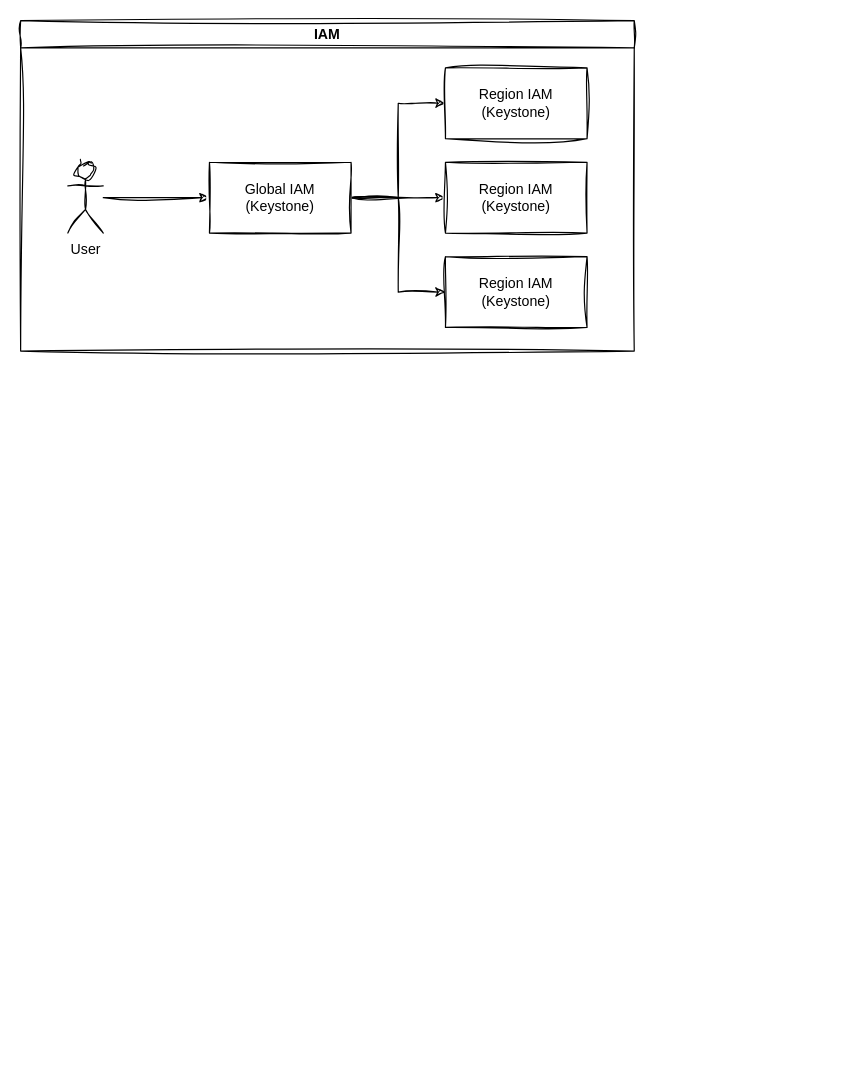
mskyun721/architecture keeps this draw.io diagram as 제목 없는 다이어그램.drawio. Above is the earlier version. Source tidied: cells renumbered, new cells numbered last; positions are measured from the earlier drawing's top-left corner, leaving out a move shared by most shapes. Both pictures are drawn from the tidied source at 118%, with x=0, y=0 at pixel (20, 20).
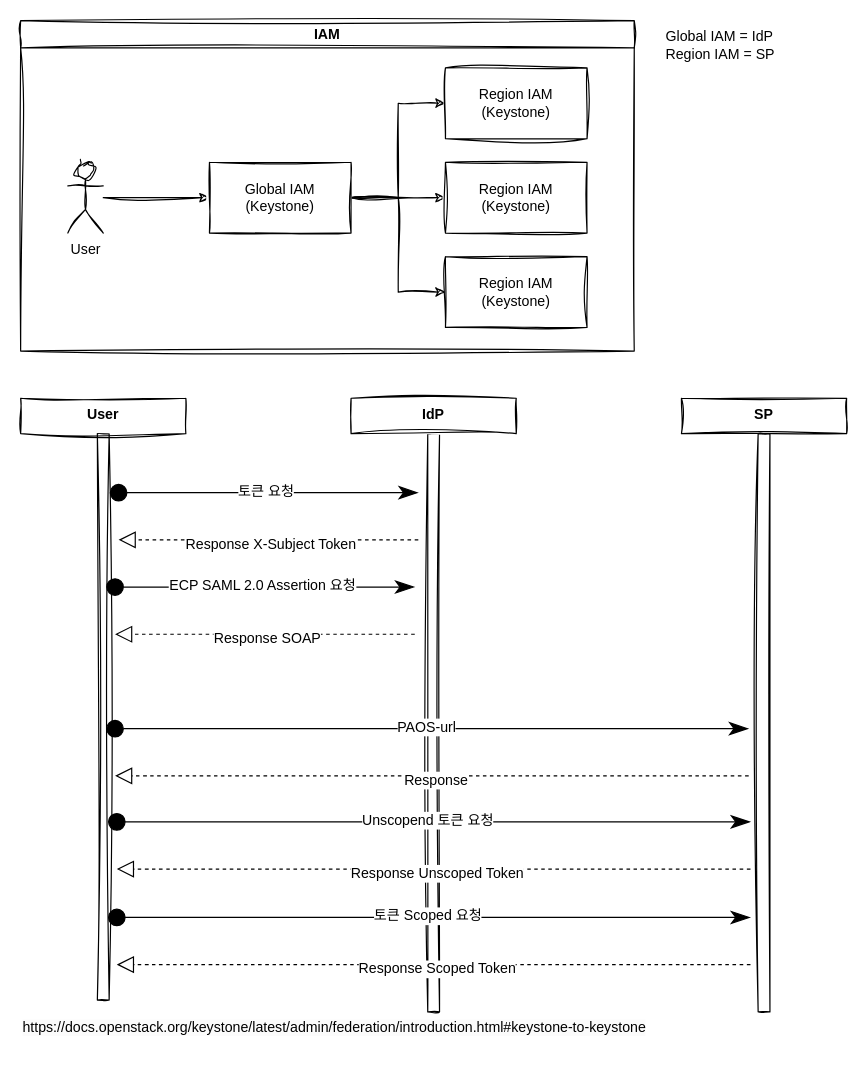
Above is the later version.

Commit message:
제목 없는 다이어그램.drawio 업데이트

Change to the diagram source:
```diff
@@
+    <mxCell id="12" style="shape=table;startSize=0;childLayout=tableLayout;fontSize=11;fillColor=none;strokeColor=none;sketch=1;jiggle=2;curveFitting=1;align=center;verticalAlign=top;fontFamily=Helvetica;fontColor=default;" parent="1" vertex="1">
+      <mxGeometry x="540" width="150" height="40" as="geometry" />
+    </mxCell>
+    <mxCell id="13" style="shape=tableRow;horizontal=0;startSize=0;swimlaneHead=0;swimlaneBody=0;strokeColor=inherit;top=0;left=0;bottom=0;right=0;fillColor=none;fontSize=16;sketch=1;jiggle=2;curveFitting=1;align=center;verticalAlign=top;fontFamily=Helvetica;fontColor=default;" parent="12" vertex="1">
+      <mxGeometry width="150" height="15" as="geometry" />
+    </mxCell>
+    <mxCell id="14" value="Global IAM = IdP&lt;div&gt;&lt;br&gt;&lt;/div&gt;" style="shape=partialRectangle;html=1;whiteSpace=wrap;strokeColor=inherit;overflow=hidden;fillColor=none;top=0;left=0;bottom=0;right=0;fontSize=12;align=left;spacingLeft=5;sketch=1;jiggle=2;curveFitting=1;verticalAlign=top;fontFamily=Helvetica;fontColor=default;" parent="13" vertex="1">
+      <mxGeometry width="150" height="15" as="geometry" />
+    </mxCell>
+    <mxCell id="15" style="shape=tableRow;horizontal=0;startSize=0;swimlaneHead=0;swimlaneBody=0;strokeColor=inherit;top=0;left=0;bottom=0;right=0;fillColor=none;fontSize=16;sketch=1;jiggle=2;curveFitting=1;align=center;verticalAlign=top;fontFamily=Helvetica;fontColor=default;" parent="12" vertex="1">
+      <mxGeometry y="15" width="150" height="25" as="geometry" />
+    </mxCell>
+    <mxCell id="16" value="Region IAM = SP" style="shape=partialRectangle;html=1;whiteSpace=wrap;strokeColor=inherit;overflow=hidden;fillColor=none;top=0;left=0;bottom=0;right=0;fontSize=12;align=left;spacingLeft=5;sketch=1;jiggle=2;curveFitting=1;verticalAlign=top;fontFamily=Helvetica;fontColor=default;" parent="15" vertex="1">
+      <mxGeometry width="150" height="25" as="geometry" />
+    </mxCell>
+    <mxCell id="17" style="group;" parent="1" vertex="1">
+      <mxGeometry y="320" width="700" height="520" as="geometry" />
+    </mxCell>
+    <mxCell id="18" style="edgeStyle=none;curved=0;rounded=0;jettySize=auto;html=1;fontFamily=Helvetica;fontSize=12;fontColor=default;fontStyle=1;startSize=14;endArrow=classicThin;endSize=14;sourcePerimeterSpacing=8;targetPerimeterSpacing=8;startArrow=oval;startFill=1;endFill=1;" parent="17" edge="1" target="22">
+      <mxGeometry relative="1" as="geometry">
+        <mxPoint x="83" y="80" as="sourcePoint" />
+      </mxGeometry>
+    </mxCell>
+    <mxCell id="19" value="토큰 요청" style="edgeLabel;html=1;align=center;verticalAlign=middle;fontSize=12;sketch=1;jiggle=2;curveFitting=1;strokeColor=default;fontFamily=Helvetica;fontColor=default;fillColor=default;" parent="18" vertex="1">
+      <mxGeometry x="-0.02" y="2" relative="1" as="geometry" />
+    </mxCell>
+    <mxCell id="20" style="html=1;points=[[0,0,0,0,5],[0,1,0,0,-5],[1,0,0,0,5],[1,1,0,0,-5]];perimeter=orthogonalPerimeter;outlineConnect=0;targetShapes=umlLifeline;portConstraint=eastwest;newEdgeStyle={&quot;curved&quot;:0,&quot;rounded&quot;:0};sketch=1;jiggle=2;curveFitting=1;strokeColor=default;align=center;verticalAlign=top;fontFamily=Helvetica;fontSize=12;fontColor=default;fillColor=default;" parent="17" vertex="1">
+      <mxGeometry x="65" y="30" width="10" height="480" as="geometry" />
+    </mxCell>
+    <mxCell id="21" value="User" style="fontStyle=1;whiteSpace=wrap;html=1;sketch=1;jiggle=2;curveFitting=1;strokeColor=default;align=center;verticalAlign=top;fontFamily=Helvetica;fontSize=12;fontColor=default;fillColor=default;" parent="17" vertex="1">
+      <mxGeometry width="140" height="30" as="geometry" />
+    </mxCell>
+    <mxCell id="22" style="html=1;points=[[0,0,0,0,5],[0,1,0,0,-5],[1,0,0,0,5],[1,1,0,0,-5]];perimeter=orthogonalPerimeter;outlineConnect=0;targetShapes=umlLifeline;portConstraint=eastwest;newEdgeStyle={&quot;curved&quot;:0,&quot;rounded&quot;:0};sketch=1;jiggle=2;curveFitting=1;strokeColor=default;align=center;verticalAlign=top;fontFamily=Helvetica;fontSize=12;fontColor=default;fillColor=default;" parent="17" vertex="1">
+      <mxGeometry x="345" y="30" width="10" height="490" as="geometry" />
+    </mxCell>
+    <mxCell id="23" value="IdP" style="fontStyle=1;whiteSpace=wrap;html=1;sketch=1;jiggle=2;curveFitting=1;strokeColor=default;align=center;verticalAlign=top;fontFamily=Helvetica;fontSize=12;fontColor=default;fillColor=default;" parent="17" vertex="1">
+      <mxGeometry x="280" width="140" height="30" as="geometry" />
+    </mxCell>
+    <mxCell id="24" style="html=1;points=[[0,0,0,0,5],[0,1,0,0,-5],[1,0,0,0,5],[1,1,0,0,-5]];perimeter=orthogonalPerimeter;outlineConnect=0;targetShapes=umlLifeline;portConstraint=eastwest;newEdgeStyle={&quot;curved&quot;:0,&quot;rounded&quot;:0};sketch=1;jiggle=2;curveFitting=1;strokeColor=default;align=center;verticalAlign=top;fontFamily=Helvetica;fontSize=12;fontColor=default;fillColor=default;" parent="17" vertex="1">
+      <mxGeometry x="625" y="30" width="10" height="490" as="geometry" />
+    </mxCell>
+    <mxCell id="25" value="SP" style="fontStyle=1;whiteSpace=wrap;html=1;sketch=1;jiggle=2;curveFitting=1;strokeColor=default;align=center;verticalAlign=top;fontFamily=Helvetica;fontSize=12;fontColor=default;fillColor=default;" parent="17" vertex="1">
+      <mxGeometry x="560" width="140" height="30" as="geometry" />
+    </mxCell>
+    <mxCell id="26" style="endArrow=block;dashed=1;endFill=0;endSize=12;html=1;rounded=0;fontFamily=Helvetica;fontSize=12;fontColor=default;fontStyle=1;sourcePerimeterSpacing=8;targetPerimeterSpacing=8;curved=1;" parent="17" edge="1" source="22" target="20">
+      <mxGeometry relative="1" as="geometry">
+        <Array as="points">
+          <mxPoint x="190" y="120" />
+        </Array>
+      </mxGeometry>
+    </mxCell>
+    <mxCell id="27" value="Response X-Subject Token" style="edgeLabel;html=1;align=center;verticalAlign=middle;fontSize=12;sketch=1;jiggle=2;curveFitting=1;strokeColor=default;fontFamily=Helvetica;fontColor=default;fillColor=default;" parent="26" vertex="1">
+      <mxGeometry x="-0.01" y="3" relative="1" as="geometry" />
+    </mxCell>
+    <mxCell id="28" style="edgeStyle=none;curved=0;rounded=0;orthogonalLoop=1;jettySize=auto;html=1;fontFamily=Helvetica;fontSize=12;fontColor=default;fontStyle=1;startSize=14;endArrow=classicThin;endSize=14;sourcePerimeterSpacing=8;targetPerimeterSpacing=8;startArrow=oval;startFill=1;endFill=1;" parent="17" edge="1">
+      <mxGeometry relative="1" as="geometry">
+        <mxPoint x="80" y="160" as="sourcePoint" />
+        <mxPoint x="334" y="160" as="targetPoint" />
+      </mxGeometry>
+    </mxCell>
+    <mxCell id="29" value="ECP SAML 2.0 Assertion 요청" style="edgeLabel;html=1;align=center;verticalAlign=middle;fontSize=12;sketch=1;jiggle=2;curveFitting=1;strokeColor=default;fontFamily=Helvetica;fontColor=default;fillColor=default;" parent="28" vertex="1">
+      <mxGeometry x="-0.02" y="2" relative="1" as="geometry" />
+    </mxCell>
+    <mxCell id="30" style="endArrow=block;dashed=1;endFill=0;endSize=12;html=1;rounded=0;fontFamily=Helvetica;fontSize=12;fontColor=default;fontStyle=1;sourcePerimeterSpacing=8;targetPerimeterSpacing=8;curved=1;" parent="17" edge="1">
+      <mxGeometry relative="1" as="geometry">
+        <mxPoint x="334" y="200" as="sourcePoint" />
+        <mxPoint x="80" y="200" as="targetPoint" />
+        <Array as="points">
+          <mxPoint x="187" y="200" />
+        </Array>
+      </mxGeometry>
+    </mxCell>
+    <mxCell id="31" value="Response SOAP" style="edgeLabel;html=1;align=center;verticalAlign=middle;fontSize=12;sketch=1;jiggle=2;curveFitting=1;strokeColor=default;fontFamily=Helvetica;fontColor=default;fillColor=default;" parent="30" vertex="1">
+      <mxGeometry x="-0.01" y="3" relative="1" as="geometry" />
+    </mxCell>
+    <mxCell id="32" style="edgeStyle=none;curved=0;rounded=0;jettySize=auto;html=1;fontFamily=Helvetica;fontSize=12;fontColor=default;fontStyle=1;startSize=14;endArrow=classicThin;endSize=14;sourcePerimeterSpacing=8;targetPerimeterSpacing=8;startArrow=oval;startFill=1;endFill=1;" parent="17" edge="1" target="24">
+      <mxGeometry relative="1" as="geometry">
+        <mxPoint x="80" y="280" as="sourcePoint" />
+      </mxGeometry>
+    </mxCell>
+    <mxCell id="33" value="PAOS-url" style="edgeLabel;html=1;align=center;verticalAlign=middle;fontSize=12;sketch=1;jiggle=2;curveFitting=1;strokeColor=default;fontFamily=Helvetica;fontColor=default;fillColor=default;" parent="32" vertex="1">
+      <mxGeometry x="-0.02" y="2" relative="1" as="geometry" />
+    </mxCell>
+    <mxCell id="34" style="endArrow=block;dashed=1;endFill=0;endSize=12;html=1;rounded=0;fontFamily=Helvetica;fontSize=12;fontColor=default;fontStyle=1;sourcePerimeterSpacing=8;targetPerimeterSpacing=8;curved=1;" parent="17" edge="1" source="24">
+      <mxGeometry relative="1" as="geometry">
+        <mxPoint x="80" y="320" as="targetPoint" />
+        <Array as="points">
+          <mxPoint x="187" y="320" />
+        </Array>
+      </mxGeometry>
+    </mxCell>
+    <mxCell id="35" value="Response" style="edgeLabel;html=1;align=center;verticalAlign=middle;fontSize=12;sketch=1;jiggle=2;curveFitting=1;strokeColor=default;fontFamily=Helvetica;fontColor=default;fillColor=default;" parent="34" vertex="1">
+      <mxGeometry x="-0.01" y="3" relative="1" as="geometry" />
+    </mxCell>
+    <mxCell id="36" style="edgeStyle=none;curved=0;rounded=0;orthogonalLoop=1;jettySize=auto;html=1;fontFamily=Helvetica;fontSize=12;fontColor=default;fontStyle=1;startSize=14;endArrow=classicThin;endSize=14;sourcePerimeterSpacing=8;targetPerimeterSpacing=8;startArrow=oval;startFill=1;endFill=1;" parent="17" edge="1">
+      <mxGeometry relative="1" as="geometry">
+        <mxPoint x="81.5" y="359" as="sourcePoint" />
+        <mxPoint x="618.5" y="359" as="targetPoint" />
+      </mxGeometry>
+    </mxCell>
+    <mxCell id="37" value="Unscopend 토큰 요청" style="edgeLabel;html=1;align=center;verticalAlign=middle;fontSize=12;sketch=1;jiggle=2;curveFitting=1;strokeColor=default;fontFamily=Helvetica;fontColor=default;fillColor=default;" parent="36" vertex="1">
+      <mxGeometry x="-0.02" y="2" relative="1" as="geometry" />
+    </mxCell>
+    <mxCell id="38" style="endArrow=block;dashed=1;endFill=0;endSize=12;html=1;rounded=0;fontFamily=Helvetica;fontSize=12;fontColor=default;fontStyle=1;sourcePerimeterSpacing=8;targetPerimeterSpacing=8;curved=1;" parent="17" edge="1">
+      <mxGeometry relative="1" as="geometry">
+        <mxPoint x="618.5" y="399" as="sourcePoint" />
+        <mxPoint x="81.5" y="399" as="targetPoint" />
+        <Array as="points">
+          <mxPoint x="188.5" y="399" />
+        </Array>
+      </mxGeometry>
+    </mxCell>
+    <mxCell id="39" value="Response Unscoped Token" style="edgeLabel;html=1;align=center;verticalAlign=middle;fontSize=12;sketch=1;jiggle=2;curveFitting=1;strokeColor=default;fontFamily=Helvetica;fontColor=default;fillColor=default;" parent="38" vertex="1">
+      <mxGeometry x="-0.01" y="3" relative="1" as="geometry" />
+    </mxCell>
+    <mxCell id="40" style="edgeStyle=none;curved=0;rounded=0;orthogonalLoop=1;jettySize=auto;html=1;fontFamily=Helvetica;fontSize=12;fontColor=default;fontStyle=1;startSize=14;endArrow=classicThin;endSize=14;sourcePerimeterSpacing=8;targetPerimeterSpacing=8;startArrow=oval;startFill=1;endFill=1;" parent="17" edge="1">
+      <mxGeometry relative="1" as="geometry">
+        <mxPoint x="81.5" y="440" as="sourcePoint" />
+        <mxPoint x="618.5" y="440" as="targetPoint" />
+      </mxGeometry>
+    </mxCell>
+    <mxCell id="41" value="토큰 Scoped 요청" style="edgeLabel;html=1;align=center;verticalAlign=middle;fontSize=12;sketch=1;jiggle=2;curveFitting=1;strokeColor=default;fontFamily=Helvetica;fontColor=default;fillColor=default;" parent="40" vertex="1">
+      <mxGeometry x="-0.02" y="2" relative="1" as="geometry" />
+    </mxCell>
+    <mxCell id="42" style="endArrow=block;dashed=1;endFill=0;endSize=12;html=1;rounded=0;fontFamily=Helvetica;fontSize=12;fontColor=default;fontStyle=1;sourcePerimeterSpacing=8;targetPerimeterSpacing=8;curved=1;" parent="17" edge="1">
+      <mxGeometry relative="1" as="geometry">
+        <mxPoint x="618.5" y="480" as="sourcePoint" />
+        <mxPoint x="81.5" y="480" as="targetPoint" />
+        <Array as="points">
+          <mxPoint x="188.5" y="480" />
+        </Array>
+      </mxGeometry>
+    </mxCell>
+    <mxCell id="43" value="Response Scoped Token" style="edgeLabel;html=1;align=center;verticalAlign=middle;fontSize=12;sketch=1;jiggle=2;curveFitting=1;strokeColor=default;fontFamily=Helvetica;fontColor=default;fillColor=default;" parent="42" vertex="1">
+      <mxGeometry x="-0.01" y="3" relative="1" as="geometry" />
+    </mxCell>
+    <mxCell id="44" value="&lt;span style=&quot;color: rgb(0, 0, 0); font-family: Helvetica; font-size: 12px; font-style: normal; font-variant-ligatures: normal; font-variant-caps: normal; font-weight: 400; letter-spacing: normal; orphans: 2; text-align: center; text-indent: 0px; text-transform: none; widows: 2; word-spacing: 0px; -webkit-text-stroke-width: 0px; white-space: nowrap; background-color: rgb(251, 251, 251); text-decoration-thickness: initial; text-decoration-style: initial; text-decoration-color: initial; display: inline !important; float: none;&quot;&gt;https://docs.openstack.org/keystone/latest/admin/federation/introduction.html#keystone-to-keystone&lt;/span&gt;" style="text;whiteSpace=wrap;html=1;fontFamily=Helvetica;fontSize=12;fontColor=default;" parent="1" vertex="1">
+      <mxGeometry y="840" width="560" height="40" as="geometry" />
+    </mxCell>
```
